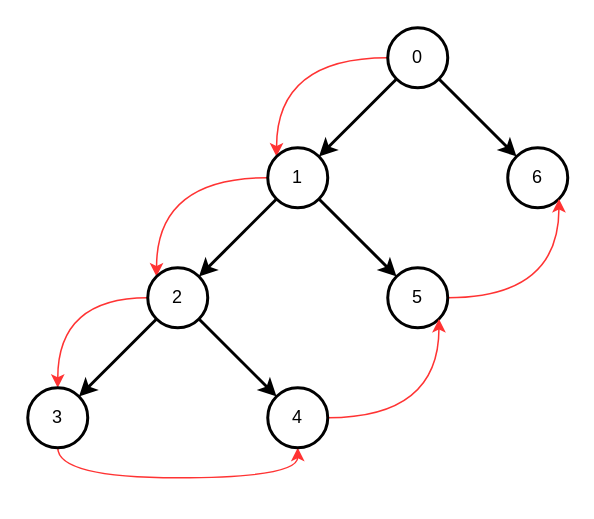
Above: backtracking.drawio in lva98/drawio (draw.io), before the change. Source tidied: cells renumbered, new cells numbered last; positions are measured from the earlier drawing's top-left corner, leaving out a move shared by most shapes. Both pictures are drawn from the tidied source at 150%, with x=0, y=0 at pixel (27, 27).
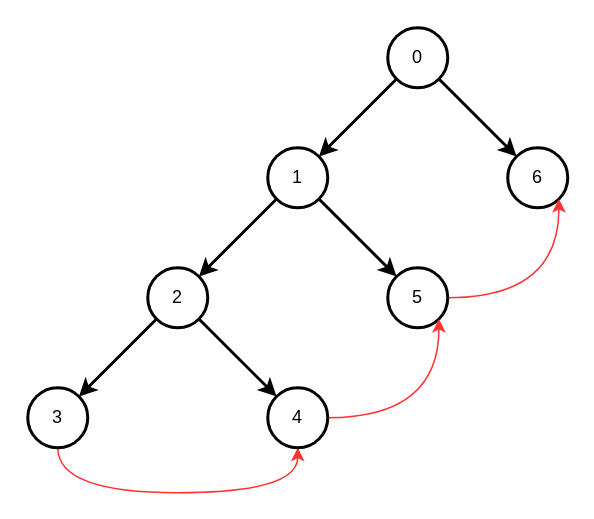
The same page after the edit.

The change refers to these unchanged cells:
```xml
<mxCell id="5" value="0" style="ellipse;whiteSpace=wrap;html=1;strokeWidth=2;" parent="1" vertex="1">
  <mxGeometry x="240" width="40" height="40" as="geometry" />
</mxCell>
<mxCell id="9" value="1" style="ellipse;whiteSpace=wrap;html=1;strokeWidth=2;" parent="1" vertex="1">
  <mxGeometry x="160" y="80" width="40" height="40" as="geometry" />
</mxCell>
<mxCell id="14" value="2" style="ellipse;whiteSpace=wrap;html=1;strokeWidth=2;" parent="1" vertex="1">
  <mxGeometry x="80" y="160" width="40" height="40" as="geometry" />
</mxCell>
<mxCell id="16" value="5" style="ellipse;whiteSpace=wrap;html=1;strokeWidth=2;" parent="1" vertex="1">
  <mxGeometry x="240" y="160" width="40" height="40" as="geometry" />
</mxCell>
<mxCell id="18" value="3" style="ellipse;whiteSpace=wrap;html=1;strokeWidth=2;" parent="1" vertex="1">
  <mxGeometry y="240" width="40" height="40" as="geometry" />
</mxCell>
<mxCell id="20" value="4" style="ellipse;whiteSpace=wrap;html=1;strokeWidth=2;" parent="1" vertex="1">
  <mxGeometry x="160" y="240" width="40" height="40" as="geometry" />
</mxCell>
```

What changed in the source:
```diff
@@
-    <mxCell id="4" style="edgeStyle=orthogonalEdgeStyle;rounded=0;jettySize=auto;html=1;exitX=0;exitY=0.5;exitDx=0;exitDy=0;entryX=0;entryY=0;entryDx=0;entryDy=0;strokeWidth=1;curved=1;strokeColor=#FF3333;" parent="1" edge="1" source="5" target="9">
-      <mxGeometry relative="1" as="geometry" />
-    </mxCell>
@@
-    <mxCell id="8" style="edgeStyle=orthogonalEdgeStyle;curved=1;rounded=0;jettySize=auto;html=1;exitX=0;exitY=0.5;exitDx=0;exitDy=0;entryX=0;entryY=0;entryDx=0;entryDy=0;strokeColor=#FF3333;strokeWidth=1;" parent="1" edge="1" source="9" target="14">
-      <mxGeometry relative="1" as="geometry" />
-    </mxCell>
@@
-    <mxCell id="13" style="edgeStyle=orthogonalEdgeStyle;curved=1;rounded=0;jettySize=auto;html=1;exitX=0;exitY=0.5;exitDx=0;exitDy=0;strokeColor=#FF3333;strokeWidth=1;" parent="1" edge="1" source="14" target="18">
-      <mxGeometry relative="1" as="geometry" />
-    </mxCell>
@@
     <mxCell id="17" style="edgeStyle=orthogonalEdgeStyle;curved=1;rounded=0;jettySize=auto;html=1;exitX=0.5;exitY=1;exitDx=0;exitDy=0;entryX=0.5;entryY=1;entryDx=0;entryDy=0;strokeColor=#FF3333;strokeWidth=1;" parent="1" edge="1" source="18" target="20">
-      <mxGeometry relative="1" as="geometry" />
+      <mxGeometry relative="1" as="geometry">
+        <Array as="points">
+          <mxPoint x="20" y="310" />
+          <mxPoint x="180" y="310" />
+        </Array>
+      </mxGeometry>
     </mxCell>
@@
     <mxCell id="19" style="edgeStyle=orthogonalEdgeStyle;curved=1;rounded=0;jettySize=auto;html=1;exitX=1;exitY=0.5;exitDx=0;exitDy=0;entryX=1;entryY=1;entryDx=0;entryDy=0;strokeColor=#FF3333;strokeWidth=1;" parent="1" edge="1" source="20" target="16">
-      <mxGeometry relative="1" as="geometry" />
+      <mxGeometry relative="1" as="geometry">
+        <Array as="points">
+          <mxPoint x="274" y="260" />
+        </Array>
+      </mxGeometry>
     </mxCell>
```
